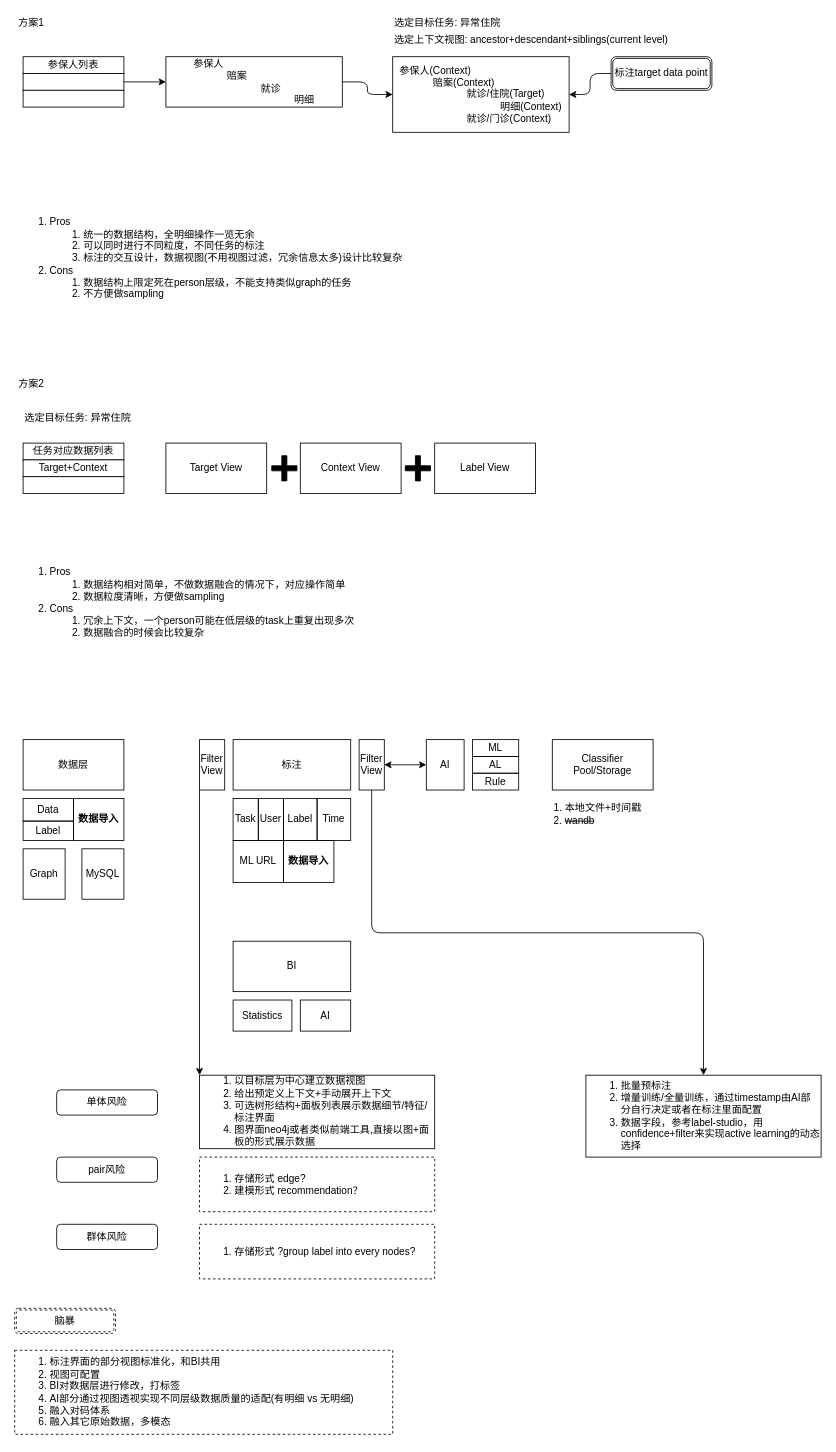
Earlier version of the draw.io diagram 标注方案.drawio (XiaoLiuAI/diagrams). Source tidied: cells renumbered, new cells numbered last; positions are measured from the earlier drawing's top-left corner, leaving out a move shared by most shapes. Both pictures are drawn from the tidied source at 84%, with x=0, y=0 at pixel (14, 14).
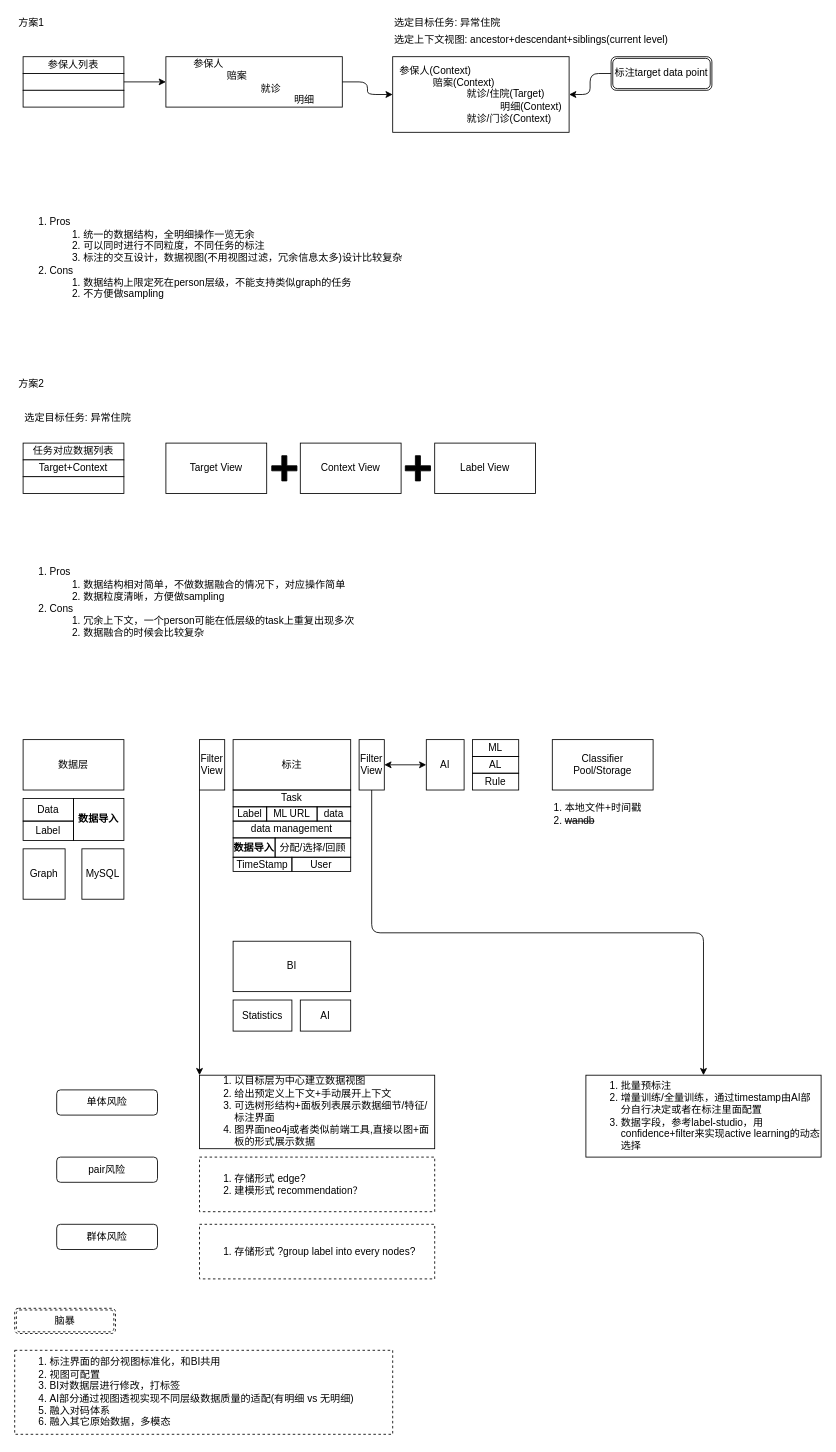
The same diagram, later.

What changed in the source:
```diff
@@
     <mxCell id="34" value="Task" style="rounded=0;whiteSpace=wrap;html=1;labelBackgroundColor=none;align=center;fillColor=none;fontStyle=0;" parent="1" vertex="1">
-      <mxGeometry x="260" y="933" width="30" height="50" as="geometry" />
+      <mxGeometry x="260" y="923" width="140" height="20" as="geometry" />
     </mxCell>
     <mxCell id="35" value="User" style="rounded=0;whiteSpace=wrap;html=1;labelBackgroundColor=none;align=center;fillColor=none;" parent="1" vertex="1">
-      <mxGeometry x="290" y="933" width="30" height="50" as="geometry" />
+      <mxGeometry x="330" y="1003" width="70" height="17" as="geometry" />
     </mxCell>
@@
     <mxCell id="38" value="Label" style="rounded=0;whiteSpace=wrap;html=1;labelBackgroundColor=none;align=center;fillColor=none;" parent="1" vertex="1">
-      <mxGeometry x="320" y="933" width="40" height="50" as="geometry" />
+      <mxGeometry x="260" y="943" width="40" height="17" as="geometry" />
     </mxCell>
-    <mxCell id="39" value="Time" style="rounded=0;whiteSpace=wrap;html=1;labelBackgroundColor=none;align=center;fillColor=none;" parent="1" vertex="1">
-      <mxGeometry x="360" y="933" width="40" height="50" as="geometry" />
+    <mxCell id="39" value="TimeStamp" style="rounded=0;whiteSpace=wrap;html=1;labelBackgroundColor=none;align=center;fillColor=none;" parent="1" vertex="1">
+      <mxGeometry x="260" y="1003" width="70" height="17" as="geometry" />
     </mxCell>
@@
     <mxCell id="59" value="ML URL" style="rounded=0;whiteSpace=wrap;html=1;labelBackgroundColor=none;align=center;fillColor=none;" parent="1" vertex="1">
-      <mxGeometry x="260" y="983" width="60" height="50" as="geometry" />
+      <mxGeometry x="300" y="943" width="60" height="17" as="geometry" />
     </mxCell>
     <mxCell id="60" value="&lt;b&gt;数据导入&lt;/b&gt;" style="rounded=0;whiteSpace=wrap;html=1;labelBackgroundColor=none;align=center;fillColor=none;" parent="1" vertex="1">
-      <mxGeometry x="320" y="983" width="60" height="50" as="geometry" />
+      <mxGeometry x="260" y="980" width="50" height="23" as="geometry" />
     </mxCell>
@@
+    <mxCell id="62" value="data management" style="rounded=0;whiteSpace=wrap;html=1;labelBackgroundColor=none;align=center;fillColor=none;" parent="1" vertex="1">
+      <mxGeometry x="260" y="960" width="140" height="20" as="geometry" />
+    </mxCell>
+    <mxCell id="63" value="&lt;span&gt;分配/选择/回顾&lt;/span&gt;" style="rounded=0;whiteSpace=wrap;html=1;labelBackgroundColor=none;align=center;fillColor=none;fontStyle=0;" parent="1" vertex="1">
+      <mxGeometry x="310" y="980" width="90" height="23" as="geometry" />
+    </mxCell>
+    <mxCell id="64" value="data" style="rounded=0;whiteSpace=wrap;html=1;labelBackgroundColor=none;align=center;fillColor=none;" parent="1" vertex="1">
+      <mxGeometry x="360" y="943" width="40" height="17" as="geometry" />
+    </mxCell>
```
